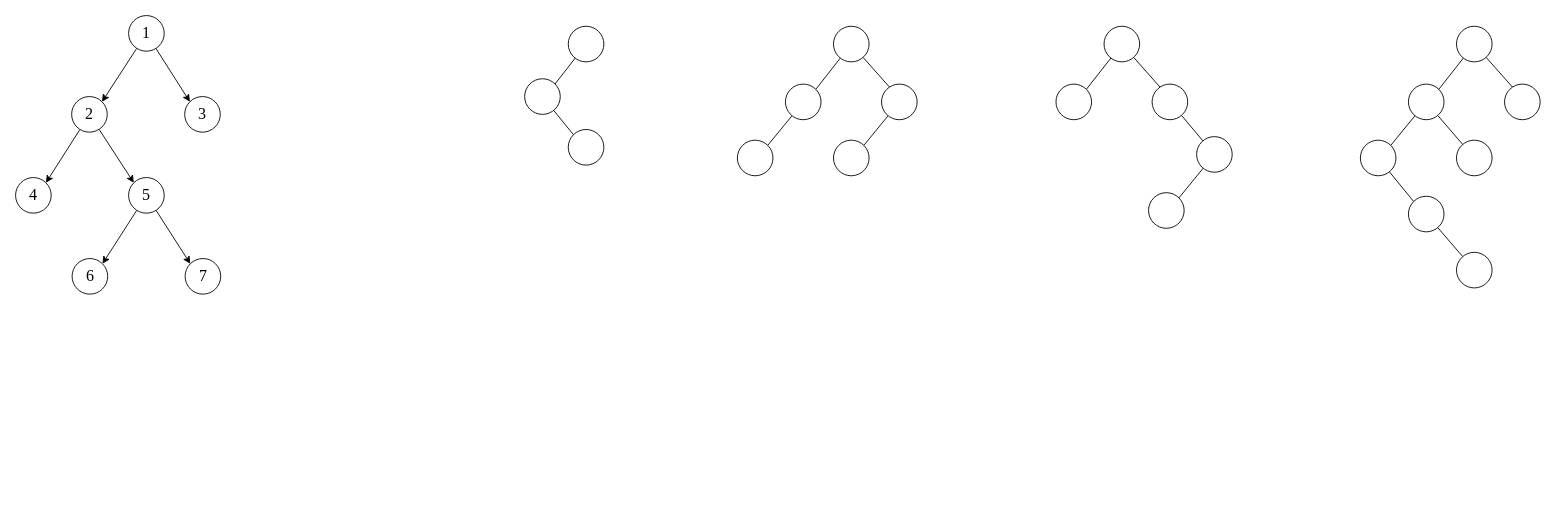
The draw.io diagram 408真题.drawio in GPlaying/brain_map, before the edit. Source tidied: cells renumbered, new cells numbered last; positions are measured from the earlier drawing's top-left corner, leaving out a move shared by most shapes. Both pictures are drawn from the tidied source at 89%, with x=0, y=0 at pixel (15, 15).
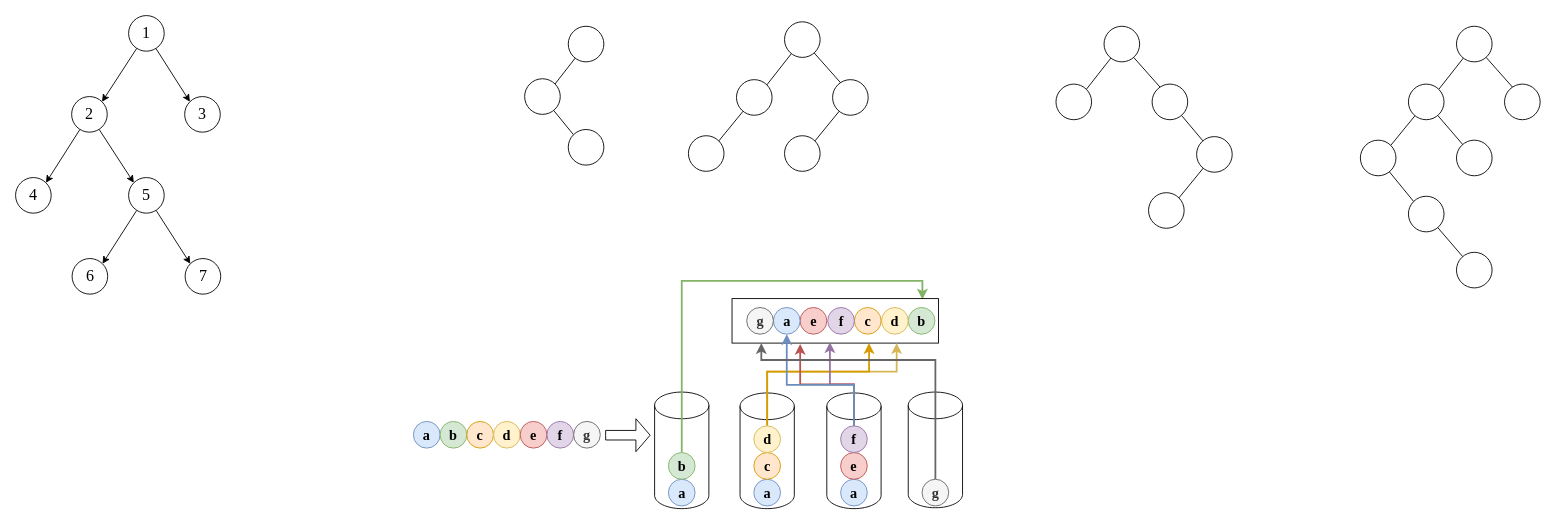
The same diagram, later.

The edit, as a diff of the source:
```diff
@@
     <mxCell id="22" style="ellipse;whiteSpace=wrap;html=1;" parent="1" vertex="1">
-      <mxGeometry x="919" y="12" width="40" height="40" as="geometry" />
+      <mxGeometry x="864" y="7" width="40" height="40" as="geometry" />
     </mxCell>
@@
     <mxCell id="24" style="ellipse;whiteSpace=wrap;html=1;" parent="1" vertex="1">
-      <mxGeometry x="865" y="77" width="40" height="40" as="geometry" />
+      <mxGeometry x="810" y="72" width="40" height="40" as="geometry" />
     </mxCell>
     <mxCell id="25" style="ellipse;whiteSpace=wrap;html=1;" parent="1" vertex="1">
-      <mxGeometry x="811" y="140" width="40" height="40" as="geometry" />
+      <mxGeometry x="756" y="135" width="40" height="40" as="geometry" />
     </mxCell>
@@
     <mxCell id="27" style="ellipse;whiteSpace=wrap;html=1;" parent="1" vertex="1">
-      <mxGeometry x="973" y="77" width="40" height="40" as="geometry" />
+      <mxGeometry x="918" y="72" width="40" height="40" as="geometry" />
     </mxCell>
     <mxCell id="28" style="ellipse;whiteSpace=wrap;html=1;" parent="1" vertex="1">
-      <mxGeometry x="919" y="140" width="40" height="40" as="geometry" />
+      <mxGeometry x="864" y="135" width="40" height="40" as="geometry" />
     </mxCell>
@@
+    <mxCell id="51" style="shape=cylinder3;whiteSpace=wrap;html=1;boundedLbl=1;backgroundOutline=1;size=15;" parent="1" vertex="1">
+      <mxGeometry x="718" y="423" width="61" height="131" as="geometry" />
+    </mxCell>
+    <mxCell id="52" value="&lt;b&gt;&lt;font style=&quot;font-size: 16px;&quot; face=&quot;Times New Roman&quot;&gt;a&lt;/font&gt;&lt;/b&gt;" style="ellipse;whiteSpace=wrap;html=1;fillColor=#dae8fc;strokeColor=#6c8ebf;" parent="1" vertex="1">
+      <mxGeometry x="447" y="456" width="30" height="30" as="geometry" />
+    </mxCell>
+    <mxCell id="53" value="&lt;b&gt;&lt;font style=&quot;font-size: 16px;&quot; face=&quot;Times New Roman&quot;&gt;b&lt;/font&gt;&lt;/b&gt;" style="ellipse;whiteSpace=wrap;html=1;fillColor=#d5e8d4;strokeColor=#82b366;" parent="1" vertex="1">
+      <mxGeometry x="477" y="456" width="30" height="30" as="geometry" />
+    </mxCell>
+    <mxCell id="54" value="&lt;b&gt;&lt;font style=&quot;font-size: 16px;&quot; face=&quot;Times New Roman&quot;&gt;c&lt;/font&gt;&lt;/b&gt;" style="ellipse;whiteSpace=wrap;html=1;fillColor=#ffe6cc;strokeColor=#d79b00;" parent="1" vertex="1">
+      <mxGeometry x="507" y="456" width="30" height="30" as="geometry" />
+    </mxCell>
+    <mxCell id="55" value="&lt;b&gt;&lt;font style=&quot;font-size: 16px;&quot; face=&quot;Times New Roman&quot;&gt;d&lt;/font&gt;&lt;/b&gt;" style="ellipse;whiteSpace=wrap;html=1;fillColor=#fff2cc;strokeColor=#d6b656;" parent="1" vertex="1">
+      <mxGeometry x="537" y="456" width="30" height="30" as="geometry" />
+    </mxCell>
+    <mxCell id="56" value="&lt;b&gt;&lt;font style=&quot;font-size: 16px;&quot; face=&quot;Times New Roman&quot;&gt;e&lt;/font&gt;&lt;/b&gt;" style="ellipse;whiteSpace=wrap;html=1;fillColor=#f8cecc;strokeColor=#b85450;" parent="1" vertex="1">
+      <mxGeometry x="567" y="456" width="30" height="30" as="geometry" />
+    </mxCell>
+    <mxCell id="57" value="&lt;b&gt;&lt;font style=&quot;font-size: 16px;&quot; face=&quot;Times New Roman&quot;&gt;f&lt;/font&gt;&lt;/b&gt;" style="ellipse;whiteSpace=wrap;html=1;fillColor=#e1d5e7;strokeColor=#9673a6;" parent="1" vertex="1">
+      <mxGeometry x="597" y="456" width="30" height="30" as="geometry" />
+    </mxCell>
+    <mxCell id="58" value="&lt;b&gt;&lt;font style=&quot;font-size: 16px;&quot; face=&quot;Times New Roman&quot;&gt;g&lt;/font&gt;&lt;/b&gt;" style="ellipse;whiteSpace=wrap;html=1;fillColor=#f5f5f5;fontColor=#333333;strokeColor=#666666;" parent="1" vertex="1">
+      <mxGeometry x="627" y="456" width="30" height="30" as="geometry" />
+    </mxCell>
+    <mxCell id="59" style="html=1;shadow=0;dashed=0;align=center;verticalAlign=middle;shape=mxgraph.arrows2.arrow;dy=0.71;dx=16;notch=0;" parent="1" vertex="1">
+      <mxGeometry x="663" y="453" width="50" height="37" as="geometry" />
+    </mxCell>
+    <mxCell id="60" value="&lt;b&gt;&lt;font style=&quot;font-size: 16px;&quot; face=&quot;Times New Roman&quot;&gt;a&lt;/font&gt;&lt;/b&gt;" style="ellipse;whiteSpace=wrap;html=1;fillColor=#dae8fc;strokeColor=#6c8ebf;" parent="1" vertex="1">
+      <mxGeometry x="733.5" y="521" width="30" height="30" as="geometry" />
+    </mxCell>
+    <mxCell id="61" style="edgeStyle=orthogonalEdgeStyle;rounded=0;jettySize=auto;html=1;entryX=0.922;entryY=0.02;entryDx=0;entryDy=0;entryPerimeter=0;fillColor=#d5e8d4;strokeColor=#82b366;strokeWidth=2;" parent="1" edge="1" source="62" target="63">
+      <mxGeometry relative="1" as="geometry">
+        <Array as="points">
+          <mxPoint x="749" y="298" />
+          <mxPoint x="1019" y="298" />
+        </Array>
+      </mxGeometry>
+    </mxCell>
+    <mxCell id="62" value="&lt;b&gt;&lt;font style=&quot;font-size: 16px;&quot; face=&quot;Times New Roman&quot;&gt;b&lt;/font&gt;&lt;/b&gt;" style="ellipse;whiteSpace=wrap;html=1;fillColor=#d5e8d4;strokeColor=#82b366;" parent="1" vertex="1">
+      <mxGeometry x="733.5" y="491" width="30" height="30" as="geometry" />
+    </mxCell>
+    <mxCell id="63" style="rounded=0;whiteSpace=wrap;html=1;" parent="1" vertex="1">
+      <mxGeometry x="805" y="318" width="232" height="50" as="geometry" />
+    </mxCell>
+    <mxCell id="64" value="&lt;b&gt;&lt;font style=&quot;font-size: 16px;&quot; face=&quot;Times New Roman&quot;&gt;b&lt;/font&gt;&lt;/b&gt;" style="ellipse;whiteSpace=wrap;html=1;fillColor=#d5e8d4;strokeColor=#82b366;" parent="1" vertex="1">
+      <mxGeometry x="1003" y="328" width="30" height="30" as="geometry" />
+    </mxCell>
+    <mxCell id="65" style="shape=cylinder3;whiteSpace=wrap;html=1;boundedLbl=1;backgroundOutline=1;size=15;" parent="1" vertex="1">
+      <mxGeometry x="814" y="424" width="61" height="130" as="geometry" />
+    </mxCell>
+    <mxCell id="66" value="&lt;b&gt;&lt;font style=&quot;font-size: 16px;&quot; face=&quot;Times New Roman&quot;&gt;a&lt;/font&gt;&lt;/b&gt;" style="ellipse;whiteSpace=wrap;html=1;fillColor=#dae8fc;strokeColor=#6c8ebf;" parent="1" vertex="1">
+      <mxGeometry x="829.5" y="521" width="30" height="30" as="geometry" />
+    </mxCell>
+    <mxCell id="67" value="&lt;b&gt;&lt;font style=&quot;font-size: 16px;&quot; face=&quot;Times New Roman&quot;&gt;c&lt;/font&gt;&lt;/b&gt;" style="ellipse;whiteSpace=wrap;html=1;fillColor=#ffe6cc;strokeColor=#d79b00;" parent="1" vertex="1">
+      <mxGeometry x="829.5" y="491" width="30" height="30" as="geometry" />
+    </mxCell>
+    <mxCell id="68" style="edgeStyle=orthogonalEdgeStyle;rounded=0;jettySize=auto;html=1;fillColor=#fff2cc;strokeColor=#d6b656;strokeWidth=2;" parent="1" edge="1" source="70" target="63">
+      <mxGeometry relative="1" as="geometry">
+        <Array as="points">
+          <mxPoint x="845" y="400" />
+          <mxPoint x="990" y="400" />
+        </Array>
+      </mxGeometry>
+    </mxCell>
+    <mxCell id="69" style="edgeStyle=orthogonalEdgeStyle;rounded=0;jettySize=auto;html=1;fillColor=#ffe6cc;strokeColor=#d79b00;strokeWidth=2;" parent="1" edge="1" source="70" target="63">
+      <mxGeometry relative="1" as="geometry">
+        <Array as="points">
+          <mxPoint x="845" y="400" />
+          <mxPoint x="959" y="400" />
+        </Array>
+      </mxGeometry>
+    </mxCell>
+    <mxCell id="70" value="&lt;b&gt;&lt;font style=&quot;font-size: 16px;&quot; face=&quot;Times New Roman&quot;&gt;d&lt;/font&gt;&lt;/b&gt;" style="ellipse;whiteSpace=wrap;html=1;fillColor=#fff2cc;strokeColor=#d6b656;" parent="1" vertex="1">
+      <mxGeometry x="829.5" y="461" width="30" height="30" as="geometry" />
+    </mxCell>
+    <mxCell id="71" value="&lt;b&gt;&lt;font style=&quot;font-size: 16px;&quot; face=&quot;Times New Roman&quot;&gt;d&lt;/font&gt;&lt;/b&gt;" style="ellipse;whiteSpace=wrap;html=1;fillColor=#fff2cc;strokeColor=#d6b656;" parent="1" vertex="1">
+      <mxGeometry x="973" y="328" width="30" height="30" as="geometry" />
+    </mxCell>
+    <mxCell id="72" style="shape=cylinder3;whiteSpace=wrap;html=1;boundedLbl=1;backgroundOutline=1;size=15;" parent="1" vertex="1">
+      <mxGeometry x="911.5" y="424" width="61" height="130" as="geometry" />
+    </mxCell>
+    <mxCell id="73" value="&lt;b&gt;&lt;font style=&quot;font-size: 16px;&quot; face=&quot;Times New Roman&quot;&gt;a&lt;/font&gt;&lt;/b&gt;" style="ellipse;whiteSpace=wrap;html=1;fillColor=#dae8fc;strokeColor=#6c8ebf;" parent="1" vertex="1">
+      <mxGeometry x="927" y="521" width="30" height="30" as="geometry" />
+    </mxCell>
+    <mxCell id="74" value="&lt;b&gt;&lt;font style=&quot;font-size: 16px;&quot; face=&quot;Times New Roman&quot;&gt;c&lt;/font&gt;&lt;/b&gt;" style="ellipse;whiteSpace=wrap;html=1;fillColor=#ffe6cc;strokeColor=#d79b00;" parent="1" vertex="1">
+      <mxGeometry x="942.5" y="328" width="30" height="30" as="geometry" />
+    </mxCell>
+    <mxCell id="75" value="&lt;b&gt;&lt;font style=&quot;font-size: 16px;&quot; face=&quot;Times New Roman&quot;&gt;e&lt;/font&gt;&lt;/b&gt;" style="ellipse;whiteSpace=wrap;html=1;fillColor=#f8cecc;strokeColor=#b85450;" parent="1" vertex="1">
+      <mxGeometry x="927" y="491" width="30" height="30" as="geometry" />
+    </mxCell>
+    <mxCell id="76" style="edgeStyle=orthogonalEdgeStyle;rounded=0;jettySize=auto;html=1;entryX=0.474;entryY=0.98;entryDx=0;entryDy=0;entryPerimeter=0;fillColor=#e1d5e7;strokeColor=#9673a6;strokeWidth=2;" parent="1" edge="1" source="79" target="63">
+      <mxGeometry relative="1" as="geometry" />
+    </mxCell>
+    <mxCell id="77" style="edgeStyle=orthogonalEdgeStyle;rounded=0;jettySize=auto;html=1;entryX=0.33;entryY=1.02;entryDx=0;entryDy=0;entryPerimeter=0;fillColor=#f8cecc;strokeColor=#b85450;strokeWidth=2;" parent="1" edge="1" source="79" target="63">
+      <mxGeometry relative="1" as="geometry" />
+    </mxCell>
+    <mxCell id="78" style="edgeStyle=orthogonalEdgeStyle;rounded=0;jettySize=auto;html=1;entryX=0.5;entryY=1;entryDx=0;entryDy=0;fillColor=#dae8fc;strokeColor=#6c8ebf;strokeWidth=2;" parent="1" edge="1" source="79" target="82">
+      <mxGeometry relative="1" as="geometry">
+        <Array as="points">
+          <mxPoint x="942" y="415" />
+          <mxPoint x="867" y="415" />
+        </Array>
+      </mxGeometry>
+    </mxCell>
+    <mxCell id="79" value="&lt;b&gt;&lt;font style=&quot;font-size: 16px;&quot; face=&quot;Times New Roman&quot;&gt;f&lt;/font&gt;&lt;/b&gt;" style="ellipse;whiteSpace=wrap;html=1;fillColor=#e1d5e7;strokeColor=#9673a6;" parent="1" vertex="1">
+      <mxGeometry x="927" y="461" width="30" height="30" as="geometry" />
+    </mxCell>
+    <mxCell id="80" value="&lt;b&gt;&lt;font style=&quot;font-size: 16px;&quot; face=&quot;Times New Roman&quot;&gt;f&lt;/font&gt;&lt;/b&gt;" style="ellipse;whiteSpace=wrap;html=1;fillColor=#e1d5e7;strokeColor=#9673a6;" parent="1" vertex="1">
+      <mxGeometry x="912.5" y="328" width="30" height="30" as="geometry" />
+    </mxCell>
+    <mxCell id="81" value="&lt;b&gt;&lt;font style=&quot;font-size: 16px;&quot; face=&quot;Times New Roman&quot;&gt;e&lt;/font&gt;&lt;/b&gt;" style="ellipse;whiteSpace=wrap;html=1;fillColor=#f8cecc;strokeColor=#b85450;" parent="1" vertex="1">
+      <mxGeometry x="881.5" y="328" width="30" height="30" as="geometry" />
+    </mxCell>
+    <mxCell id="82" value="&lt;b&gt;&lt;font style=&quot;font-size: 16px;&quot; face=&quot;Times New Roman&quot;&gt;a&lt;/font&gt;&lt;/b&gt;" style="ellipse;whiteSpace=wrap;html=1;fillColor=#dae8fc;strokeColor=#6c8ebf;" parent="1" vertex="1">
+      <mxGeometry x="851.5" y="328" width="30" height="30" as="geometry" />
+    </mxCell>
+    <mxCell id="83" style="shape=cylinder3;whiteSpace=wrap;html=1;boundedLbl=1;backgroundOutline=1;size=15;" parent="1" vertex="1">
+      <mxGeometry x="1003" y="423" width="61" height="130" as="geometry" />
+    </mxCell>
+    <mxCell id="84" style="edgeStyle=orthogonalEdgeStyle;rounded=0;jettySize=auto;html=1;entryX=0.142;entryY=1;entryDx=0;entryDy=0;entryPerimeter=0;fillColor=#f5f5f5;strokeColor=#666666;strokeWidth=2;" parent="1" edge="1" source="85" target="63">
+      <mxGeometry relative="1" as="geometry">
+        <Array as="points">
+          <mxPoint x="1034" y="387" />
+          <mxPoint x="838" y="387" />
+        </Array>
+      </mxGeometry>
+    </mxCell>
+    <mxCell id="85" value="&lt;b&gt;&lt;font style=&quot;font-size: 16px;&quot; face=&quot;Times New Roman&quot;&gt;g&lt;/font&gt;&lt;/b&gt;" style="ellipse;whiteSpace=wrap;html=1;fillColor=#f5f5f5;fontColor=#333333;strokeColor=#666666;" parent="1" vertex="1">
+      <mxGeometry x="1018.5" y="521" width="30" height="30" as="geometry" />
+    </mxCell>
+    <mxCell id="86" value="&lt;b&gt;&lt;font style=&quot;font-size: 16px;&quot; face=&quot;Times New Roman&quot;&gt;g&lt;/font&gt;&lt;/b&gt;" style="ellipse;whiteSpace=wrap;html=1;fillColor=#f5f5f5;fontColor=#333333;strokeColor=#666666;" parent="1" vertex="1">
+      <mxGeometry x="821.5" y="328" width="30" height="30" as="geometry" />
+    </mxCell>
```
